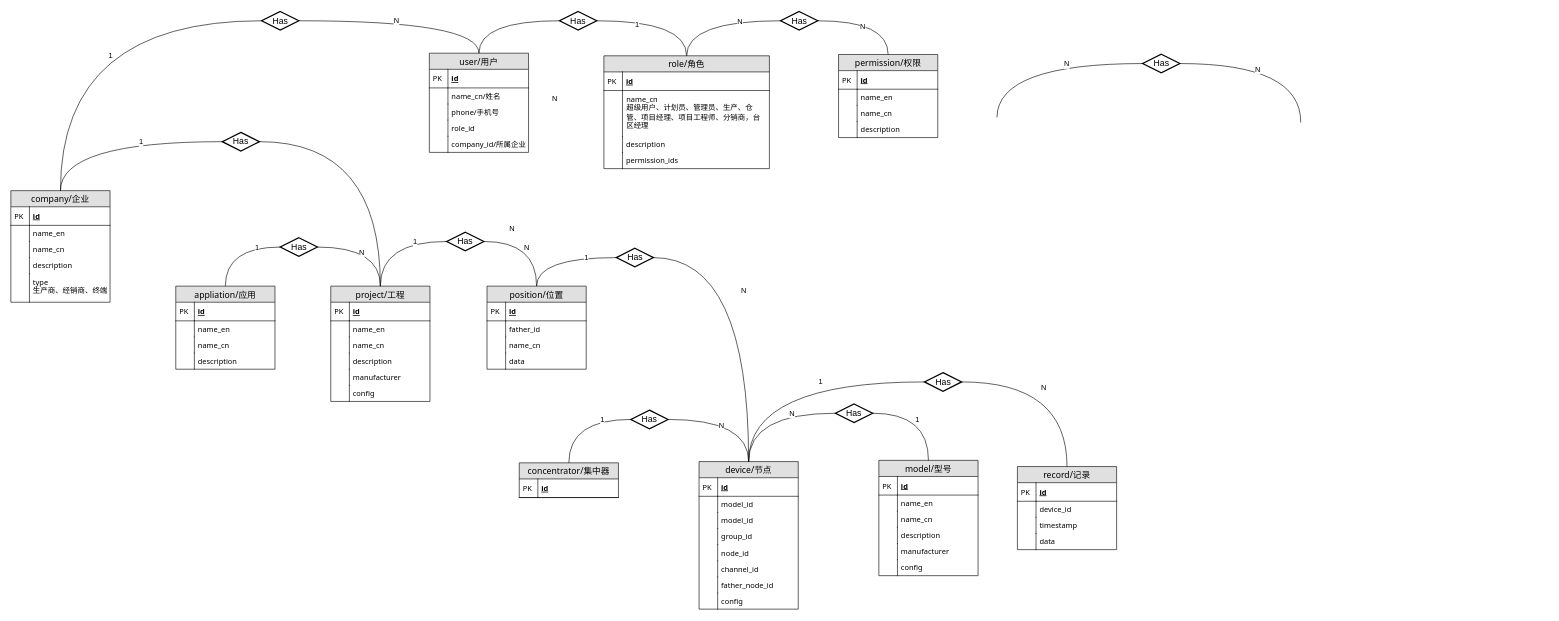
Above: Untitled Diagram.drawio in quarkbyte/2048 (draw.io), before the change. Source tidied: cells renumbered, new cells numbered last; positions are measured from the earlier drawing's top-left corner, leaving out a move shared by most shapes. Both pictures are drawn from the tidied source at 62%, with x=0, y=0 at pixel (11, 11).
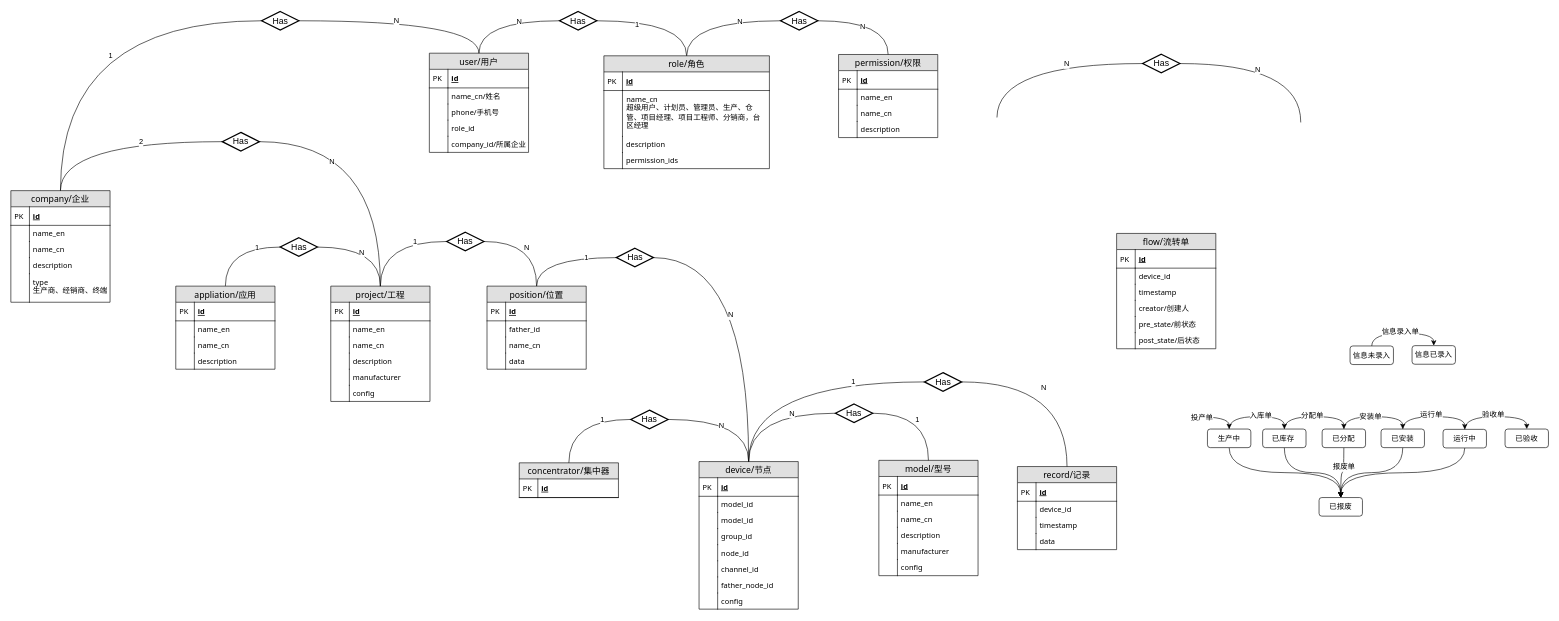
After the change.

Unchanged cells that the change refers to:
```xml
<mxCell id="113" style="edgeStyle=orthogonalEdgeStyle;curved=1;rounded=0;jettySize=auto;html=1;exitX=0;exitY=0.5;exitDx=0;exitDy=0;fontColor=#000000;endArrow=none;endFill=0;entryX=0.5;entryY=0;entryDx=0;entryDy=0;" parent="1" edge="1" source="117" target="41">
  <mxGeometry relative="1" as="geometry" />
</mxCell>
<mxCell id="115" style="edgeStyle=orthogonalEdgeStyle;curved=1;rounded=0;jettySize=auto;html=1;exitX=1;exitY=0.5;exitDx=0;exitDy=0;entryX=0.5;entryY=0;entryDx=0;entryDy=0;endArrow=none;endFill=0;" parent="1" edge="1" source="117" target="52">
  <mxGeometry relative="1" as="geometry" />
</mxCell>
<mxCell id="120" style="edgeStyle=orthogonalEdgeStyle;curved=1;rounded=0;jettySize=auto;html=1;exitX=1;exitY=0.5;exitDx=0;exitDy=0;endArrow=none;endFill=0;entryX=0.5;entryY=0;entryDx=0;entryDy=0;" parent="1" edge="1" source="123" target="67">
  <mxGeometry relative="1" as="geometry" />
</mxCell>
<mxCell id="139" style="edgeStyle=orthogonalEdgeStyle;curved=1;rounded=0;jettySize=auto;html=1;exitX=1;exitY=0.5;exitDx=0;exitDy=0;entryX=0.5;entryY=0;entryDx=0;entryDy=0;endArrow=none;endFill=0;" parent="1" edge="1" source="141" target="2">
  <mxGeometry relative="1" as="geometry" />
</mxCell>
<mxCell id="151" style="edgeStyle=orthogonalEdgeStyle;curved=1;rounded=0;jettySize=auto;html=1;exitX=0;exitY=0.5;exitDx=0;exitDy=0;entryX=0.5;entryY=0;entryDx=0;entryDy=0;fontColor=#000000;endArrow=none;endFill=0;" parent="1" edge="1" source="155" target="2">
  <mxGeometry relative="1" as="geometry" />
</mxCell>
```

The edit, as a diff of the source:
```diff
@@
-    <mxCell id="114" value="1" style="text;html=1;align=center;verticalAlign=middle;labelBackgroundColor=#ffffff;fontColor=#000000;" parent="113" vertex="1">
+    <mxCell id="114" value="2" style="text;html=1;align=center;verticalAlign=middle;labelBackgroundColor=#ffffff;fontColor=#000000;" parent="113" vertex="1">
       <mxGeometry y="13" relative="1" as="geometry">
         <mxPoint x="38" y="-13" as="offset" />
       </mxGeometry>
     </mxCell>
@@
     <mxCell id="116" value="N" style="text;html=1;align=center;verticalAlign=middle;labelBackgroundColor=#ffffff;fontColor=#000000;" parent="115" vertex="1">
-      <mxGeometry x="-0.14" y="-9" relative="1" as="geometry">
-        <mxPoint x="222" y="131.5" as="offset" />
-      </mxGeometry>
+      <mxGeometry x="-0.46" y="-31" relative="1" as="geometry" />
     </mxCell>
@@
     <mxCell id="121" value="N" style="text;html=1;align=center;verticalAlign=middle;labelBackgroundColor=#ffffff;fontColor=#000000;" parent="120" vertex="1">
       <mxGeometry x="-0.14" y="-9" relative="1" as="geometry">
-        <mxPoint x="265" y="116" as="offset" />
+        <mxPoint x="208" y="-9" as="offset" />
       </mxGeometry>
     </mxCell>
@@
     <mxCell id="140" value="N" style="text;html=1;align=center;verticalAlign=middle;labelBackgroundColor=#ffffff;fontColor=#000000;" parent="139" vertex="1">
-      <mxGeometry x="-0.14" y="-9" relative="1" as="geometry" />
+      <mxGeometry x="-0.14" y="-9" relative="1" as="geometry">
+        <mxPoint x="-21" y="39" as="offset" />
+      </mxGeometry>
     </mxCell>
@@
     <mxCell id="152" value="1" style="text;html=1;align=center;verticalAlign=middle;labelBackgroundColor=#ffffff;fontColor=#000000;" parent="151" vertex="1">
       <mxGeometry y="13" relative="1" as="geometry">
-        <mxPoint x="38" y="-13" as="offset" />
+        <mxPoint x="91" y="-13.5" as="offset" />
       </mxGeometry>
     </mxCell>
@@
+    <mxCell id="170" value="flow/流转单" style="swimlane;fontStyle=0;horizontal=1;startSize=26;fillColor=#e0e0e0;swimlaneFillColor=#ffffff;align=center;fontSize=14;fontFamily=Tahoma;" parent="1" vertex="1">
+      <mxGeometry x="1783.5" y="358" width="160" height="186" as="geometry" />
+    </mxCell>
+    <mxCell id="171" value="id" style="shape=partialRectangle;top=0;left=0;right=0;bottom=1;align=left;verticalAlign=middle;fillColor=none;spacingLeft=34;spacingRight=4;overflow=hidden;fontStyle=5;fontSize=12;fontFamily=Tahoma;" parent="170" vertex="1">
+      <mxGeometry y="26" width="160" height="30" as="geometry" />
+    </mxCell>
+    <mxCell id="172" value="PK" style="shape=partialRectangle;top=0;left=0;bottom=0;fillColor=none;align=left;verticalAlign=middle;spacingLeft=4;spacingRight=4;overflow=hidden;fontSize=12;fontFamily=Tahoma;" parent="171" vertex="1">
+      <mxGeometry width="30" height="30" as="geometry" />
+    </mxCell>
+    <mxCell id="173" value="device_id" style="shape=partialRectangle;top=0;left=0;right=0;bottom=0;align=left;verticalAlign=top;fillColor=none;spacingLeft=34;spacingRight=4;overflow=hidden;fontSize=12;fontFamily=Tahoma;" parent="170" vertex="1">
+      <mxGeometry y="56" width="160" height="26" as="geometry" />
+    </mxCell>
+    <mxCell id="174" style="shape=partialRectangle;top=0;left=0;bottom=0;fillColor=none;align=left;verticalAlign=top;spacingLeft=4;spacingRight=4;overflow=hidden;fontSize=12;fontFamily=Tahoma;" parent="173" vertex="1">
+      <mxGeometry width="30" height="26" as="geometry" />
+    </mxCell>
+    <mxCell id="175" value="timestamp" style="shape=partialRectangle;top=0;left=0;right=0;bottom=0;align=left;verticalAlign=top;fillColor=none;spacingLeft=34;spacingRight=4;overflow=hidden;fontSize=12;fontFamily=Tahoma;" parent="170" vertex="1">
+      <mxGeometry y="82" width="160" height="26" as="geometry" />
+    </mxCell>
+    <mxCell id="176" style="shape=partialRectangle;top=0;left=0;bottom=0;fillColor=none;align=left;verticalAlign=top;spacingLeft=4;spacingRight=4;overflow=hidden;fontSize=12;fontFamily=Tahoma;" parent="175" vertex="1">
+      <mxGeometry width="30" height="26" as="geometry" />
+    </mxCell>
+    <mxCell id="177" value="creator/创建人" style="shape=partialRectangle;top=0;left=0;right=0;bottom=0;align=left;verticalAlign=top;fillColor=none;spacingLeft=34;spacingRight=4;overflow=hidden;fontSize=12;fontFamily=Tahoma;" parent="170" vertex="1">
+      <mxGeometry y="108" width="160" height="26" as="geometry" />
+    </mxCell>
+    <mxCell id="178" style="shape=partialRectangle;top=0;left=0;bottom=0;fillColor=none;align=left;verticalAlign=top;spacingLeft=4;spacingRight=4;overflow=hidden;fontSize=12;fontFamily=Tahoma;" parent="177" vertex="1">
+      <mxGeometry width="30" height="26" as="geometry" />
+    </mxCell>
+    <mxCell id="179" value="pre_state/前状态" style="shape=partialRectangle;top=0;left=0;right=0;bottom=0;align=left;verticalAlign=top;fillColor=none;spacingLeft=34;spacingRight=4;overflow=hidden;fontSize=12;fontFamily=Tahoma;" parent="170" vertex="1">
+      <mxGeometry y="134" width="160" height="26" as="geometry" />
+    </mxCell>
+    <mxCell id="180" style="shape=partialRectangle;top=0;left=0;bottom=0;fillColor=none;align=left;verticalAlign=top;spacingLeft=4;spacingRight=4;overflow=hidden;fontSize=12;fontFamily=Tahoma;" parent="179" vertex="1">
+      <mxGeometry width="30" height="26" as="geometry" />
+    </mxCell>
+    <mxCell id="181" value="post_state/后状态" style="shape=partialRectangle;top=0;left=0;right=0;bottom=0;align=left;verticalAlign=top;fillColor=none;spacingLeft=34;spacingRight=4;overflow=hidden;fontSize=12;fontFamily=Tahoma;" parent="170" vertex="1">
+      <mxGeometry y="160" width="160" height="26" as="geometry" />
+    </mxCell>
+    <mxCell id="182" style="shape=partialRectangle;top=0;left=0;bottom=0;fillColor=none;align=left;verticalAlign=top;spacingLeft=4;spacingRight=4;overflow=hidden;fontSize=12;fontFamily=Tahoma;" parent="181" vertex="1">
+      <mxGeometry width="30" height="26" as="geometry" />
+    </mxCell>
+    <mxCell id="183" style="edgeStyle=orthogonalEdgeStyle;curved=1;rounded=0;jettySize=auto;html=1;exitX=0.5;exitY=0;exitDx=0;exitDy=0;endArrow=none;endFill=0;startArrow=classic;startFill=1;" parent="1" edge="1" source="188">
+      <mxGeometry relative="1" as="geometry">
+        <mxPoint x="1910" y="654" as="targetPoint" />
+      </mxGeometry>
+    </mxCell>
+    <mxCell id="184" value="投产单" style="text;html=1;align=center;verticalAlign=middle;labelBackgroundColor=#ffffff;fontColor=#000000;" parent="183" vertex="1">
+      <mxGeometry x="-0.02" y="-2" relative="1" as="geometry">
+        <mxPoint x="-28" y="2.5" as="offset" />
+      </mxGeometry>
+    </mxCell>
+    <mxCell id="185" style="edgeStyle=orthogonalEdgeStyle;curved=1;rounded=0;jettySize=auto;html=1;exitX=0.5;exitY=0;exitDx=0;exitDy=0;entryX=0.5;entryY=0;entryDx=0;entryDy=0;startArrow=none;startFill=0;endArrow=classic;endFill=1;" parent="1" edge="1" source="188" target="192">
+      <mxGeometry relative="1" as="geometry" />
+    </mxCell>
+    <mxCell id="186" value="入库单" style="text;html=1;align=center;verticalAlign=middle;labelBackgroundColor=#ffffff;fontColor=#000000;" parent="185" vertex="1">
+      <mxGeometry x="0.08" y="2" relative="1" as="geometry" />
+    </mxCell>
+    <mxCell id="187" style="edgeStyle=orthogonalEdgeStyle;curved=1;rounded=0;jettySize=auto;html=1;exitX=0.5;exitY=1;exitDx=0;exitDy=0;entryX=0.5;entryY=0;entryDx=0;entryDy=0;startArrow=none;startFill=0;endArrow=classic;endFill=1;" parent="1" edge="1" source="188" target="204">
+      <mxGeometry relative="1" as="geometry" />
+    </mxCell>
+    <mxCell id="188" value="生产中" style="rounded=1;whiteSpace=wrap;html=1;labelBackgroundColor=none;fontColor=#000000;align=center;" parent="1" vertex="1">
+      <mxGeometry x="1930" y="673.5" width="70" height="30" as="geometry" />
+    </mxCell>
+    <mxCell id="189" style="edgeStyle=orthogonalEdgeStyle;curved=1;rounded=0;jettySize=auto;html=1;exitX=0.5;exitY=0;exitDx=0;exitDy=0;entryX=0.5;entryY=0;entryDx=0;entryDy=0;startArrow=none;startFill=0;endArrow=classic;endFill=1;" parent="1" edge="1" source="192" target="195">
+      <mxGeometry relative="1" as="geometry" />
+    </mxCell>
+    <mxCell id="190" value="分配单" style="text;html=1;align=center;verticalAlign=middle;labelBackgroundColor=#ffffff;fontColor=#000000;" parent="189" vertex="1">
+      <mxGeometry x="-0.22" y="-2" relative="1" as="geometry">
+        <mxPoint x="11" y="-4" as="offset" />
+      </mxGeometry>
+    </mxCell>
+    <mxCell id="191" style="edgeStyle=orthogonalEdgeStyle;curved=1;rounded=0;jettySize=auto;html=1;exitX=0.5;exitY=1;exitDx=0;exitDy=0;startArrow=none;startFill=0;endArrow=classic;endFill=1;entryX=0.5;entryY=0;entryDx=0;entryDy=0;" parent="1" edge="1" source="192" target="204">
+      <mxGeometry relative="1" as="geometry" />
+    </mxCell>
+    <mxCell id="192" value="已库存&amp;nbsp;" style="rounded=1;whiteSpace=wrap;html=1;labelBackgroundColor=none;fontColor=#000000;align=center;" parent="1" vertex="1">
+      <mxGeometry x="2019" y="673.5" width="70" height="30" as="geometry" />
+    </mxCell>
+    <mxCell id="193" style="edgeStyle=orthogonalEdgeStyle;curved=1;rounded=0;jettySize=auto;html=1;exitX=0.5;exitY=1;exitDx=0;exitDy=0;entryX=0.5;entryY=0;entryDx=0;entryDy=0;startArrow=none;startFill=0;endArrow=classic;endFill=1;" parent="1" edge="1" source="195" target="204">
+      <mxGeometry relative="1" as="geometry" />
+    </mxCell>
+    <mxCell id="194" value="报废单" style="text;html=1;align=center;verticalAlign=middle;labelBackgroundColor=#ffffff;fontColor=#000000;" parent="193" vertex="1">
+      <mxGeometry x="-0.28" y="-1" relative="1" as="geometry" />
+    </mxCell>
+    <mxCell id="195" value="&lt;div&gt;&lt;div class=&quot;document&quot;&gt;&lt;p class=&quot;paragraph text-align-type-left pap-line-1.3 pap-line-rule-auto pap-spacing-before-0pt pap-spacing-after-0pt&quot; style=&quot;text-align: left ; line-height: 130% ; margin-top: 0px ; margin-bottom: 0px&quot;&gt;&lt;span style=&quot;background: transparent ; letter-spacing: 0pt ; vertical-align: baseline ; white-space: pre&quot;&gt;&lt;font style=&quot;font-size: 12px&quot;&gt;已分配&lt;/font&gt;&lt;/span&gt;&lt;/p&gt;&lt;/div&gt;&lt;/div&gt;" style="rounded=1;whiteSpace=wrap;html=1;labelBackgroundColor=none;fontColor=#000000;align=center;" parent="1" vertex="1">
+      <mxGeometry x="2115" y="673.5" width="70" height="30" as="geometry" />
+    </mxCell>
+    <mxCell id="196" style="edgeStyle=orthogonalEdgeStyle;curved=1;rounded=0;jettySize=auto;html=1;exitX=0.5;exitY=0;exitDx=0;exitDy=0;entryX=0.5;entryY=0;entryDx=0;entryDy=0;startArrow=classic;startFill=1;endArrow=none;endFill=0;" parent="1" edge="1" source="199" target="195">
+      <mxGeometry relative="1" as="geometry" />
+    </mxCell>
+    <mxCell id="197" value="安装单" style="text;html=1;align=center;verticalAlign=middle;labelBackgroundColor=#ffffff;fontColor=#000000;" parent="196" vertex="1">
+      <mxGeometry x="0.19" y="1" relative="1" as="geometry">
+        <mxPoint x="7" y="-2" as="offset" />
+      </mxGeometry>
+    </mxCell>
+    <mxCell id="198" style="edgeStyle=orthogonalEdgeStyle;curved=1;rounded=0;jettySize=auto;html=1;exitX=0.5;exitY=1;exitDx=0;exitDy=0;startArrow=none;startFill=0;endArrow=classic;endFill=1;entryX=0.5;entryY=0;entryDx=0;entryDy=0;" parent="1" edge="1" source="199" target="204">
+      <mxGeometry relative="1" as="geometry" />
+    </mxCell>
+    <mxCell id="199" value="已安装" style="rounded=1;whiteSpace=wrap;html=1;labelBackgroundColor=none;fontColor=#000000;align=center;" parent="1" vertex="1">
+      <mxGeometry x="2210" y="673.5" width="70" height="30" as="geometry" />
+    </mxCell>
+    <mxCell id="200" style="edgeStyle=orthogonalEdgeStyle;curved=1;rounded=0;jettySize=auto;html=1;exitX=0.5;exitY=0;exitDx=0;exitDy=0;startArrow=classic;startFill=1;endArrow=none;endFill=0;entryX=0.5;entryY=0;entryDx=0;entryDy=0;" parent="1" edge="1" source="203" target="199">
+      <mxGeometry relative="1" as="geometry" />
+    </mxCell>
+    <mxCell id="201" value="运行单" style="text;html=1;align=center;verticalAlign=middle;labelBackgroundColor=#ffffff;fontColor=#000000;" parent="200" vertex="1">
+      <mxGeometry x="0.08" y="-2" relative="1" as="geometry">
+        <mxPoint x="1" y="-2" as="offset" />
+      </mxGeometry>
+    </mxCell>
+    <mxCell id="202" style="edgeStyle=orthogonalEdgeStyle;curved=1;rounded=0;jettySize=auto;html=1;exitX=0.5;exitY=1;exitDx=0;exitDy=0;entryX=0.5;entryY=0;entryDx=0;entryDy=0;startArrow=none;startFill=0;endArrow=classic;endFill=1;" parent="1" edge="1" source="203" target="204">
+      <mxGeometry relative="1" as="geometry" />
+    </mxCell>
+    <mxCell id="203" value="运行中" style="rounded=1;whiteSpace=wrap;html=1;labelBackgroundColor=none;fontColor=#000000;align=center;" parent="1" vertex="1">
+      <mxGeometry x="2310" y="674" width="70" height="30" as="geometry" />
+    </mxCell>
+    <mxCell id="204" value="已报废" style="rounded=1;whiteSpace=wrap;html=1;labelBackgroundColor=none;fontColor=#000000;align=center;" parent="1" vertex="1">
+      <mxGeometry x="2110" y="784" width="70" height="30" as="geometry" />
+    </mxCell>
+    <mxCell id="205" style="edgeStyle=orthogonalEdgeStyle;curved=1;rounded=0;jettySize=auto;html=1;exitX=0.5;exitY=0;exitDx=0;exitDy=0;startArrow=classic;startFill=1;endArrow=none;endFill=0;entryX=0.5;entryY=0;entryDx=0;entryDy=0;" parent="1" edge="1" source="207" target="203">
+      <mxGeometry relative="1" as="geometry" />
+    </mxCell>
+    <mxCell id="206" value="验收单" style="text;html=1;align=center;verticalAlign=middle;labelBackgroundColor=#ffffff;fontColor=#000000;" parent="205" vertex="1">
+      <mxGeometry x="0.08" y="-2" relative="1" as="geometry">
+        <mxPoint x="1" y="-2" as="offset" />
+      </mxGeometry>
+    </mxCell>
+    <mxCell id="207" value="已验收" style="rounded=1;whiteSpace=wrap;html=1;labelBackgroundColor=none;fontColor=#000000;align=center;" parent="1" vertex="1">
+      <mxGeometry x="2410" y="673.5" width="70" height="30" as="geometry" />
+    </mxCell>
+    <mxCell id="208" value="信息未录入" style="rounded=1;whiteSpace=wrap;html=1;labelBackgroundColor=none;fontColor=#000000;align=center;" parent="1" vertex="1">
+      <mxGeometry x="2160" y="539.5" width="70" height="30" as="geometry" />
+    </mxCell>
+    <mxCell id="209" style="edgeStyle=orthogonalEdgeStyle;curved=1;rounded=0;jettySize=auto;html=1;exitX=0.5;exitY=0;exitDx=0;exitDy=0;startArrow=classic;startFill=1;endArrow=none;endFill=0;entryX=0.5;entryY=0;entryDx=0;entryDy=0;" parent="1" edge="1" source="211" target="208">
+      <mxGeometry relative="1" as="geometry" />
+    </mxCell>
+    <mxCell id="210" value="信息录入单" style="text;html=1;align=center;verticalAlign=middle;labelBackgroundColor=#ffffff;fontColor=#000000;" parent="209" vertex="1">
+      <mxGeometry x="0.08" y="-2" relative="1" as="geometry">
+        <mxPoint x="1" y="-2" as="offset" />
+      </mxGeometry>
+    </mxCell>
+    <mxCell id="211" value="信息已录入" style="rounded=1;whiteSpace=wrap;html=1;labelBackgroundColor=none;fontColor=#000000;align=center;" parent="1" vertex="1">
+      <mxGeometry x="2260" y="539" width="70" height="30" as="geometry" />
+    </mxCell>
```
